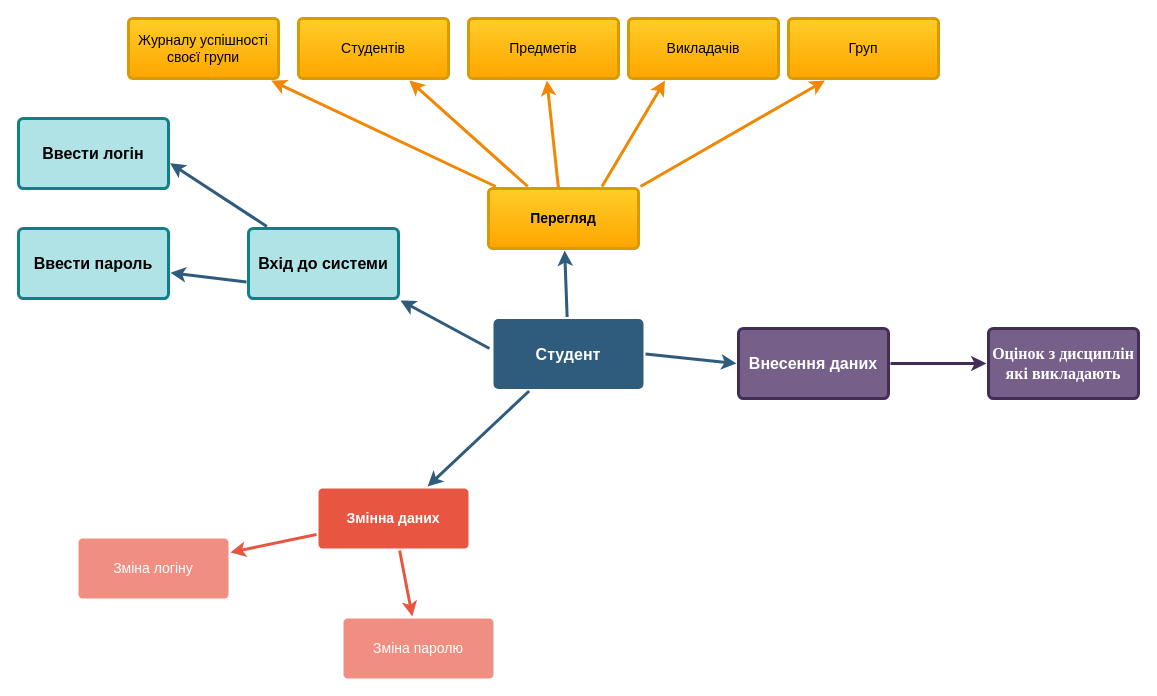
Above: img/Teachers.drawio in ShevaTetraedrProduction/Management (draw.io), before the change. Source tidied: cells renumbered, new cells numbered last; positions are measured from the earlier drawing's top-left corner, leaving out a move shared by most shapes. Both pictures are drawn from the tidied source at 100%, with x=0, y=0 at pixel (18, 18).
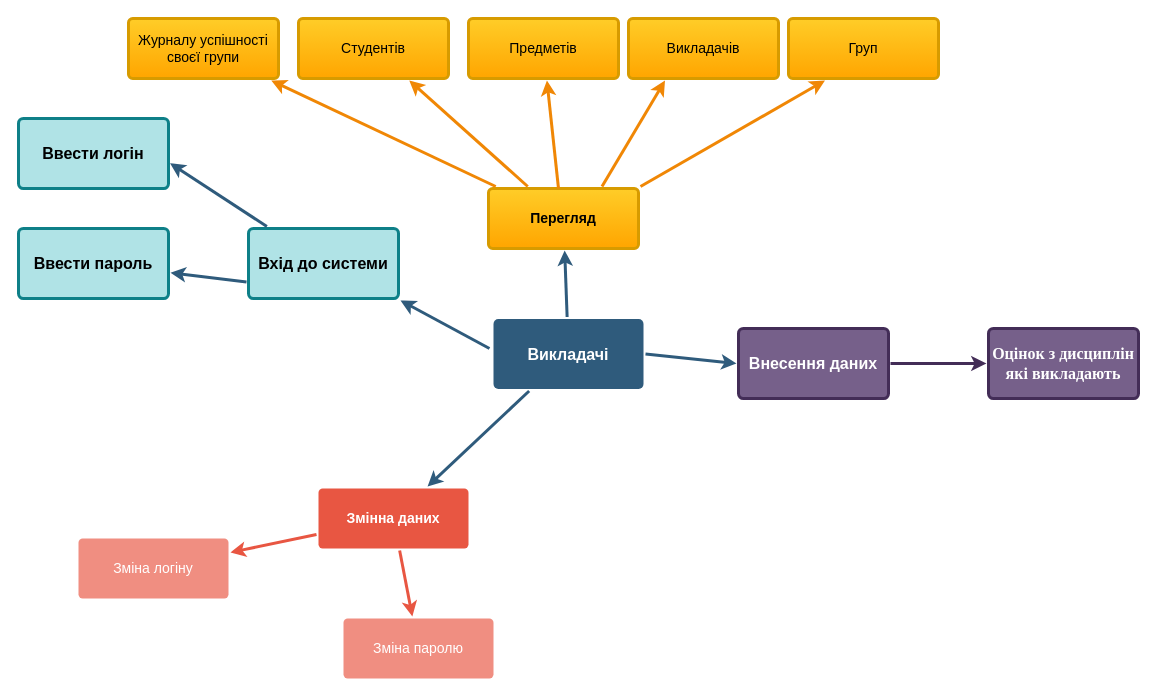
Above is the later version.

Diff of the diagram source:
```diff
@@
-    <mxCell id="4" value="Студент" style="rounded=1;whiteSpace=wrap;html=1;shadow=0;labelBackgroundColor=none;strokeColor=none;strokeWidth=3;fillColor=#2F5B7C;fontFamily=Helvetica;fontSize=16;fontColor=#FFFFFF;align=center;fontStyle=1;spacing=5;arcSize=7;perimeterSpacing=2;" parent="1" vertex="1">
+    <mxCell id="4" value="Викладачі" style="rounded=1;whiteSpace=wrap;html=1;shadow=0;labelBackgroundColor=none;strokeColor=none;strokeWidth=3;fillColor=#2F5B7C;fontFamily=Helvetica;fontSize=16;fontColor=#FFFFFF;align=center;fontStyle=1;spacing=5;arcSize=7;perimeterSpacing=2;" parent="1" vertex="1">
       <mxGeometry x="475" y="300.5" width="150" height="70" as="geometry" />
     </mxCell>
```
